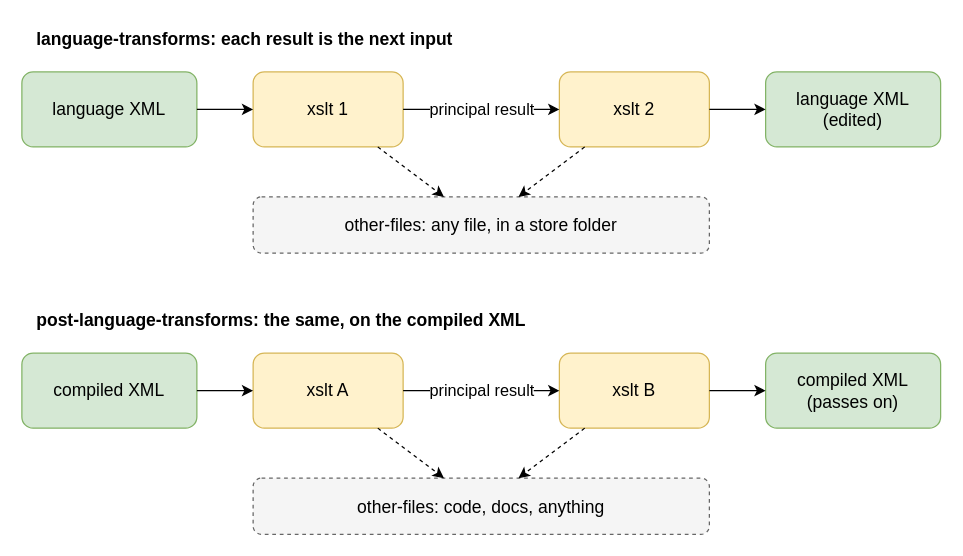
The draw.io diagram drawio/17_xslt_chain.drawio in goloveshin/galimatron_doc, before the edit. Source tidied: cells renumbered, new cells numbered last; positions are measured from the earlier drawing's top-left corner, leaving out a move shared by most shapes. Both pictures are drawn from the tidied source at 125%, with x=0, y=0 at pixel (21, 21).
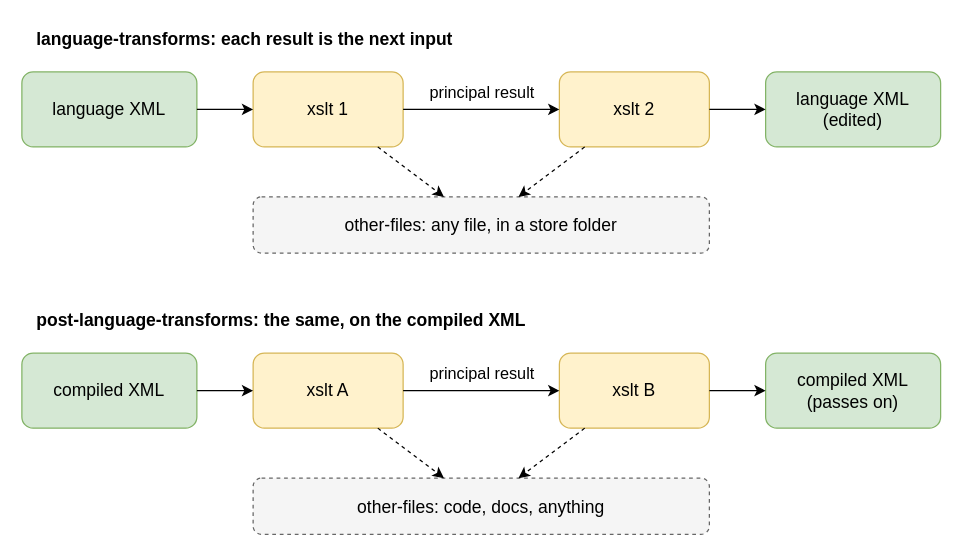
Above is the later version.

Unchanged cells that the change refers to:
```xml
<mxCell id="4" value="xslt 1" style="rounded=1;whiteSpace=wrap;html=1;fillColor=#fff2cc;strokeColor=#d6b656;fontSize=14;" parent="1" vertex="1">
  <mxGeometry x="185" y="40" width="120" height="60" as="geometry" />
</mxCell>
<mxCell id="5" value="xslt 2" style="rounded=1;whiteSpace=wrap;html=1;fillColor=#fff2cc;strokeColor=#d6b656;fontSize=14;" parent="1" vertex="1">
  <mxGeometry x="430" y="40" width="120" height="60" as="geometry" />
</mxCell>
<mxCell id="15" value="xslt A" style="rounded=1;whiteSpace=wrap;html=1;fillColor=#fff2cc;strokeColor=#d6b656;fontSize=14;" parent="1" vertex="1">
  <mxGeometry x="185" y="265" width="120" height="60" as="geometry" />
</mxCell>
<mxCell id="16" value="xslt B" style="rounded=1;whiteSpace=wrap;html=1;fillColor=#fff2cc;strokeColor=#d6b656;fontSize=14;" parent="1" vertex="1">
  <mxGeometry x="430" y="265" width="120" height="60" as="geometry" />
</mxCell>
```

Diff of the diagram source:
```diff
@@
-    <mxCell id="8" value="principal result" style="endArrow=classic;html=1;labelBackgroundColor=#ffffff;edgeStyle=none;fontSize=13;" parent="1" edge="1" source="4" target="5">
-      <mxGeometry relative="1" as="geometry" />
+    <mxCell id="8" value="principal result" style="endArrow=classic;html=1;edgeStyle=none;fontSize=13;" parent="1" edge="1" source="4" target="5">
+      <mxGeometry relative="1" as="geometry">
+        <mxPoint y="-14" as="offset" />
+      </mxGeometry>
     </mxCell>
@@
-    <mxCell id="19" value="principal result" style="endArrow=classic;html=1;labelBackgroundColor=#ffffff;edgeStyle=none;fontSize=13;" parent="1" edge="1" source="15" target="16">
-      <mxGeometry relative="1" as="geometry" />
+    <mxCell id="19" value="principal result" style="endArrow=classic;html=1;edgeStyle=none;fontSize=13;" parent="1" edge="1" source="15" target="16">
+      <mxGeometry relative="1" as="geometry">
+        <mxPoint y="-14" as="offset" />
+      </mxGeometry>
     </mxCell>
```
